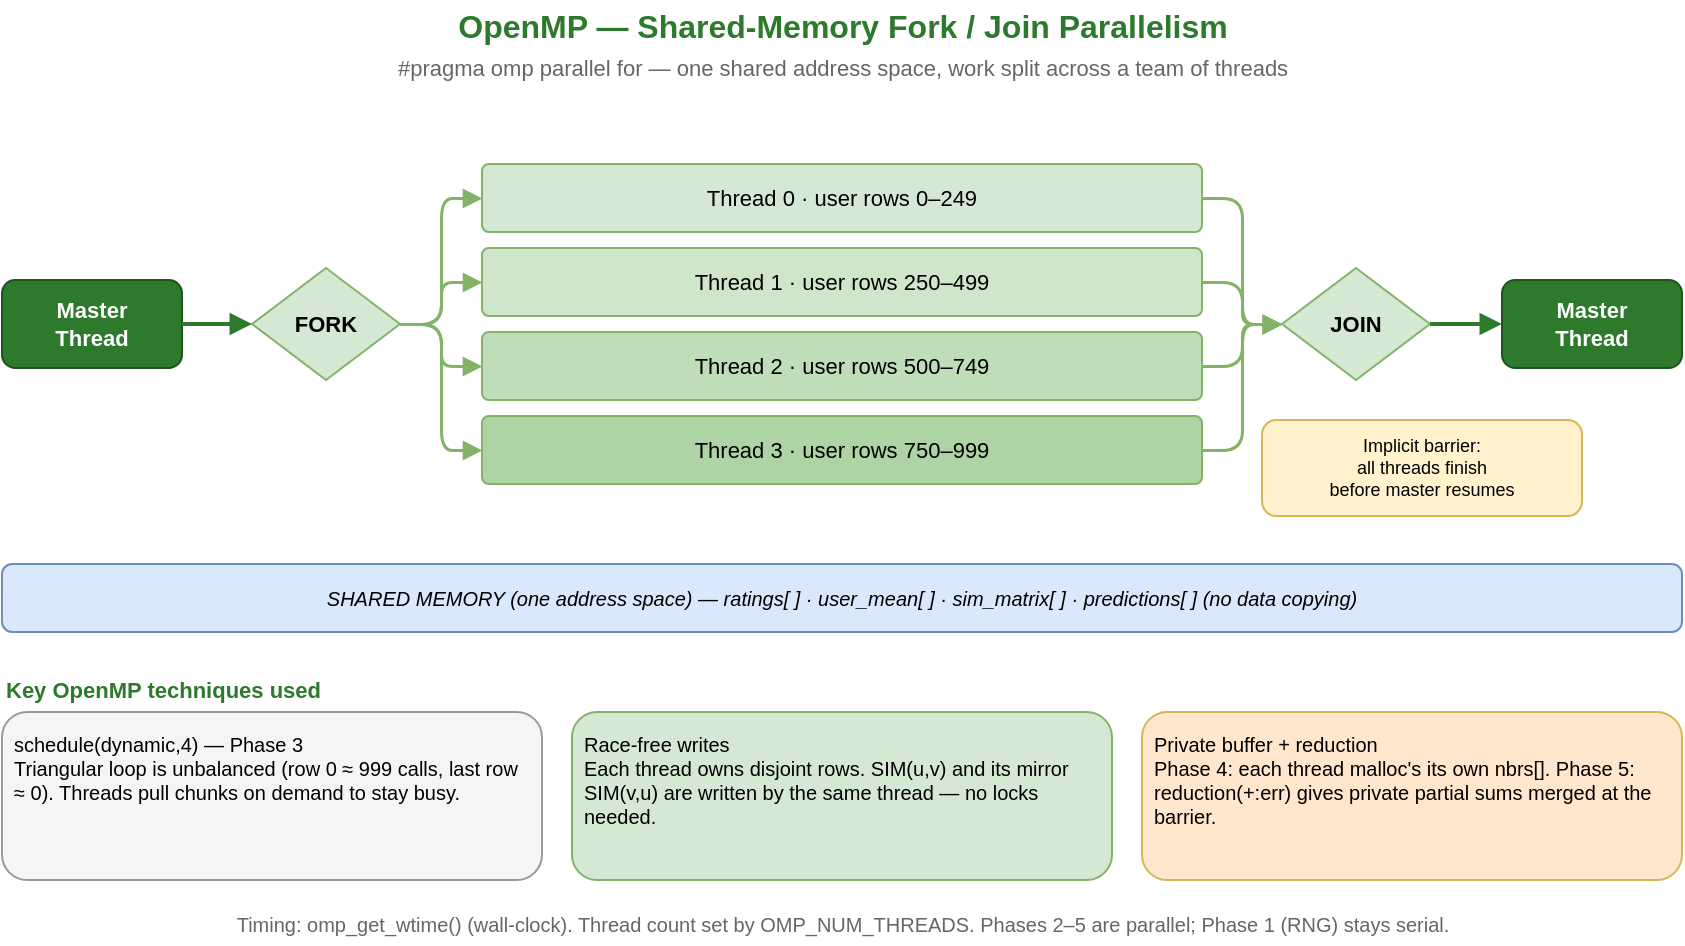
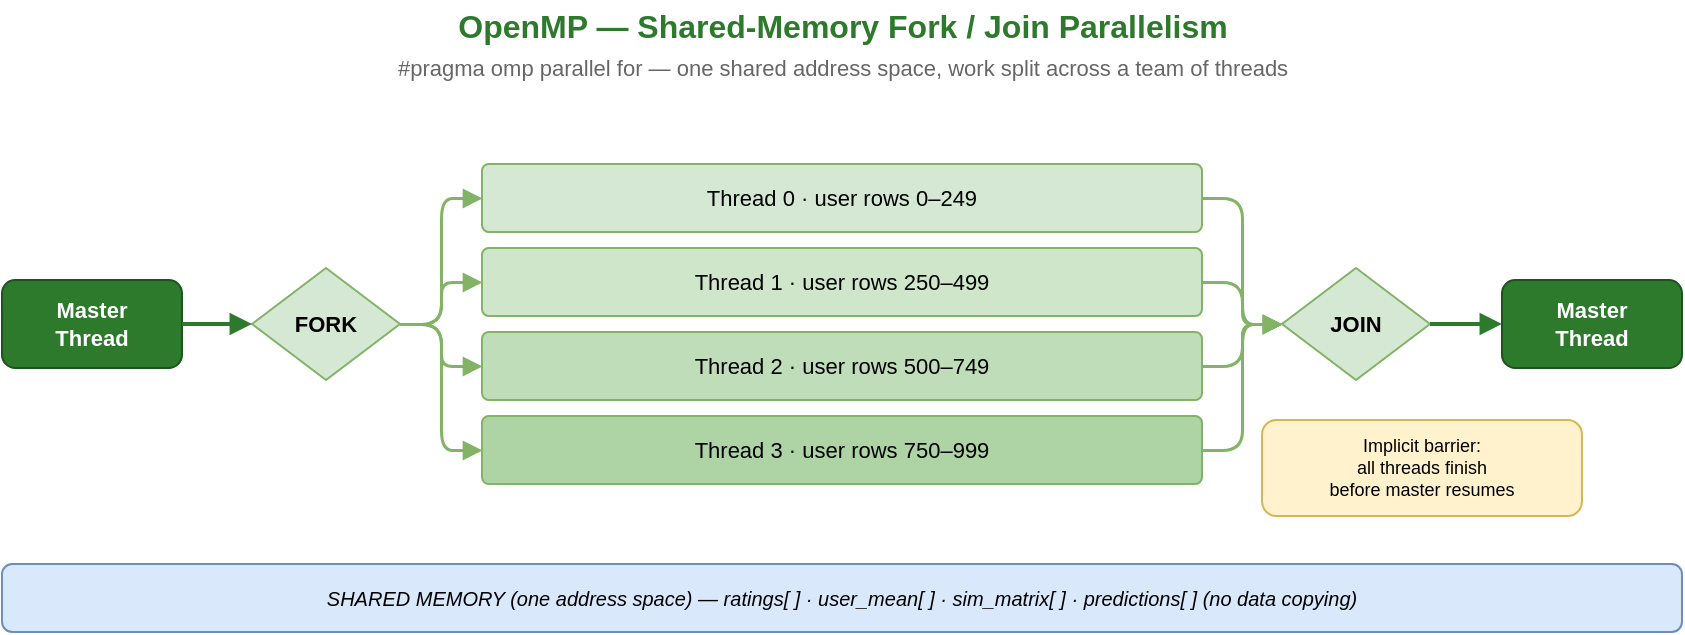
- <mxfile host="app.diagrams.net" version="21.1.2">
-   <diagram id="page2" name="2. OpenMP">
-     <mxGraphModel dx="1000" dy="640" grid="1" gridSize="10" guides="1" tooltips="1" connect="1" arrows="1" fold="1" page="1" pageScale="1" pageWidth="900" pageHeight="600" math="0" shadow="0">
-       <root>
-         <mxCell id="0" />
-         <mxCell id="1" parent="0" />
- 
-         <!-- Title -->
-         <mxCell id="ttl" value="OpenMP — Shared-Memory Fork / Join Parallelism" style="text;html=1;align=center;verticalAlign=middle;fontStyle=1;fontSize=16;fontColor=#2d7a2d;" vertex="1" parent="1">
-           <mxGeometry x="150" y="18" width="600" height="26" as="geometry" />
-         </mxCell>
-         <mxCell id="sub" value="#pragma omp parallel for — one shared address space, work split across a team of threads" style="text;html=1;align=center;verticalAlign=middle;fontSize=11;fontColor=#666666;" vertex="1" parent="1">
-           <mxGeometry x="150" y="42" width="600" height="20" as="geometry" />
-         </mxCell>
- 
-         <!-- Master left -->
-         <mxCell id="ml" value="Master&#10;Thread" style="rounded=1;whiteSpace=wrap;html=1;fillColor=#2d7a2d;strokeColor=#1e5320;fontColor=#ffffff;fontSize=11;fontStyle=1;verticalAlign=middle;" vertex="1" parent="1">
-           <mxGeometry x="30" y="158" width="90" height="44" as="geometry" />
-         </mxCell>
-         <!-- FORK -->
-         <mxCell id="fk" value="FORK" style="rhombus;whiteSpace=wrap;html=1;fillColor=#d5e8d4;strokeColor=#82b366;fontSize=11;fontStyle=1;verticalAlign=middle;" vertex="1" parent="1">
-           <mxGeometry x="155" y="152" width="74" height="56" as="geometry" />
-         </mxCell>
- 
-         <!-- Thread bars -->
-         <mxCell id="t0" value="Thread 0  ·  user rows 0–249" style="rounded=1;whiteSpace=wrap;html=1;fillColor=#d5e8d4;strokeColor=#82b366;fontSize=11;arcSize=10;verticalAlign=middle;" vertex="1" parent="1">
-           <mxGeometry x="270" y="100" width="360" height="34" as="geometry" />
-         </mxCell>
-         <mxCell id="t1" value="Thread 1  ·  user rows 250–499" style="rounded=1;whiteSpace=wrap;html=1;fillColor=#cfe6cb;strokeColor=#82b366;fontSize=11;arcSize=10;verticalAlign=middle;" vertex="1" parent="1">
-           <mxGeometry x="270" y="142" width="360" height="34" as="geometry" />
-         </mxCell>
-         <mxCell id="t2" value="Thread 2  ·  user rows 500–749" style="rounded=1;whiteSpace=wrap;html=1;fillColor=#bfddb9;strokeColor=#82b366;fontSize=11;arcSize=10;verticalAlign=middle;" vertex="1" parent="1">
-           <mxGeometry x="270" y="184" width="360" height="34" as="geometry" />
-         </mxCell>
-         <mxCell id="t3" value="Thread 3  ·  user rows 750–999" style="rounded=1;whiteSpace=wrap;html=1;fillColor=#aed4a6;strokeColor=#82b366;fontSize=11;arcSize=10;verticalAlign=middle;" vertex="1" parent="1">
-           <mxGeometry x="270" y="226" width="360" height="34" as="geometry" />
-         </mxCell>
- 
-         <!-- JOIN -->
-         <mxCell id="jn" value="JOIN" style="rhombus;whiteSpace=wrap;html=1;fillColor=#d5e8d4;strokeColor=#82b366;fontSize=11;fontStyle=1;verticalAlign=middle;" vertex="1" parent="1">
-           <mxGeometry x="670" y="152" width="74" height="56" as="geometry" />
-         </mxCell>
-         <!-- Master right -->
-         <mxCell id="mr" value="Master&#10;Thread" style="rounded=1;whiteSpace=wrap;html=1;fillColor=#2d7a2d;strokeColor=#1e5320;fontColor=#ffffff;fontSize=11;fontStyle=1;verticalAlign=middle;" vertex="1" parent="1">
-           <mxGeometry x="780" y="158" width="90" height="44" as="geometry" />
-         </mxCell>
- 
-         <!-- Fork/Join arrows -->
-         <mxCell id="a_ml_fk" style="edgeStyle=orthogonalEdgeStyle;rounded=0;html=1;endArrow=block;endFill=1;strokeWidth=2;strokeColor=#2d7a2d;" edge="1" source="ml" target="fk" parent="1"><mxGeometry relative="1" as="geometry" /></mxCell>
-         <mxCell id="a_fk_t0" style="edgeStyle=orthogonalEdgeStyle;rounded=1;html=1;endArrow=block;endFill=1;strokeWidth=1.5;strokeColor=#82b366;exitX=1;exitY=0.5;entryX=0;entryY=0.5;" edge="1" source="fk" target="t0" parent="1"><mxGeometry relative="1" as="geometry" /></mxCell>
-         <mxCell id="a_fk_t1" style="edgeStyle=orthogonalEdgeStyle;rounded=1;html=1;endArrow=block;endFill=1;strokeWidth=1.5;strokeColor=#82b366;exitX=1;exitY=0.5;entryX=0;entryY=0.5;" edge="1" source="fk" target="t1" parent="1"><mxGeometry relative="1" as="geometry" /></mxCell>
-         <mxCell id="a_fk_t2" style="edgeStyle=orthogonalEdgeStyle;rounded=1;html=1;endArrow=block;endFill=1;strokeWidth=1.5;strokeColor=#82b366;exitX=1;exitY=0.5;entryX=0;entryY=0.5;" edge="1" source="fk" target="t2" parent="1"><mxGeometry relative="1" as="geometry" /></mxCell>
-         <mxCell id="a_fk_t3" style="edgeStyle=orthogonalEdgeStyle;rounded=1;html=1;endArrow=block;endFill=1;strokeWidth=1.5;strokeColor=#82b366;exitX=1;exitY=0.5;entryX=0;entryY=0.5;" edge="1" source="fk" target="t3" parent="1"><mxGeometry relative="1" as="geometry" /></mxCell>
-         <mxCell id="a_t0_jn" style="edgeStyle=orthogonalEdgeStyle;rounded=1;html=1;endArrow=block;endFill=1;strokeWidth=1.5;strokeColor=#82b366;exitX=1;exitY=0.5;entryX=0;entryY=0.5;" edge="1" source="t0" target="jn" parent="1"><mxGeometry relative="1" as="geometry" /></mxCell>
-         <mxCell id="a_t1_jn" style="edgeStyle=orthogonalEdgeStyle;rounded=1;html=1;endArrow=block;endFill=1;strokeWidth=1.5;strokeColor=#82b366;exitX=1;exitY=0.5;entryX=0;entryY=0.5;" edge="1" source="t1" target="jn" parent="1"><mxGeometry relative="1" as="geometry" /></mxCell>
-         <mxCell id="a_t2_jn" style="edgeStyle=orthogonalEdgeStyle;rounded=1;html=1;endArrow=block;endFill=1;strokeWidth=1.5;strokeColor=#82b366;exitX=1;exitY=0.5;entryX=0;entryY=0.5;" edge="1" source="t2" target="jn" parent="1"><mxGeometry relative="1" as="geometry" /></mxCell>
-         <mxCell id="a_t3_jn" style="edgeStyle=orthogonalEdgeStyle;rounded=1;html=1;endArrow=block;endFill=1;strokeWidth=1.5;strokeColor=#82b366;exitX=1;exitY=0.5;entryX=0;entryY=0.5;" edge="1" source="t3" target="jn" parent="1"><mxGeometry relative="1" as="geometry" /></mxCell>
-         <mxCell id="a_jn_mr" style="edgeStyle=orthogonalEdgeStyle;rounded=0;html=1;endArrow=block;endFill=1;strokeWidth=2;strokeColor=#2d7a2d;" edge="1" source="jn" target="mr" parent="1"><mxGeometry relative="1" as="geometry" /></mxCell>
- 
-         <!-- Barrier note under join -->
-         <mxCell id="bar" value="Implicit barrier:&#10;all threads finish&#10;before master resumes" style="rounded=1;whiteSpace=wrap;html=1;fillColor=#fff2cc;strokeColor=#d6b656;fontSize=9;verticalAlign=middle;" vertex="1" parent="1">
-           <mxGeometry x="660" y="228" width="160" height="48" as="geometry" />
-         </mxCell>
- 
-         <!-- Shared memory band -->
-         <mxCell id="sm" value="SHARED MEMORY (one address space)   —   ratings[ ]   ·   user_mean[ ]   ·   sim_matrix[ ]   ·   predictions[ ]   (no data copying)" style="rounded=1;whiteSpace=wrap;html=1;fillColor=#dae8fc;strokeColor=#6c8ebf;fontSize=10;fontStyle=2;verticalAlign=middle;" vertex="1" parent="1">
-           <mxGeometry x="30" y="300" width="840" height="34" as="geometry" />
-         </mxCell>
- 
-         <!-- Concept boxes -->
-         <mxCell id="ch" value="Key OpenMP techniques used" style="text;html=1;align=left;fontStyle=1;fontSize=11;fontColor=#2d7a2d;" vertex="1" parent="1">
-           <mxGeometry x="30" y="350" width="300" height="20" as="geometry" />
-         </mxCell>
-         <mxCell id="c1" value="schedule(dynamic,4) — Phase 3&#10;Triangular loop is unbalanced (row 0 ≈ 999 calls, last row ≈ 0). Threads pull chunks on demand to stay busy." style="rounded=1;whiteSpace=wrap;html=1;fillColor=#f5f5f5;strokeColor=#999999;fontSize=10;verticalAlign=top;align=left;spacing=6;" vertex="1" parent="1">
-           <mxGeometry x="30" y="374" width="270" height="84" as="geometry" />
-         </mxCell>
-         <mxCell id="c2" value="Race-free writes&#10;Each thread owns disjoint rows. SIM(u,v) and its mirror SIM(v,u) are written by the same thread — no locks needed." style="rounded=1;whiteSpace=wrap;html=1;fillColor=#d5e8d4;strokeColor=#82b366;fontSize=10;verticalAlign=top;align=left;spacing=6;" vertex="1" parent="1">
-           <mxGeometry x="315" y="374" width="270" height="84" as="geometry" />
-         </mxCell>
-         <mxCell id="c3" value="Private buffer + reduction&#10;Phase 4: each thread malloc's its own nbrs[]. Phase 5: reduction(+:err) gives private partial sums merged at the barrier." style="rounded=1;whiteSpace=wrap;html=1;fillColor=#ffe6cc;strokeColor=#d6b656;fontSize=10;verticalAlign=top;align=left;spacing=6;" vertex="1" parent="1">
-           <mxGeometry x="600" y="374" width="270" height="84" as="geometry" />
-         </mxCell>
- 
-         <!-- Footer note -->
-         <mxCell id="ft" value="Timing: omp_get_wtime() (wall-clock).   Thread count set by OMP_NUM_THREADS.   Phases 2–5 are parallel; Phase 1 (RNG) stays serial." style="text;html=1;align=center;verticalAlign=middle;fontSize=10;fontColor=#666666;" vertex="1" parent="1">
-           <mxGeometry x="30" y="470" width="840" height="20" as="geometry" />
-         </mxCell>
-       </root>
-     </mxGraphModel>
-   </diagram>
- </mxfile>
+ <mxfile host="65bd71144e">
+     <diagram id="page2" name="2. OpenMP">
+         <mxGraphModel dx="624" dy="291" grid="1" gridSize="10" guides="1" tooltips="1" connect="1" arrows="1" fold="1" page="1" pageScale="1" pageWidth="900" pageHeight="600" math="0" shadow="0">
+             <root>
+                 <mxCell id="0"/>
+                 <mxCell id="1" parent="0"/>
+                 <mxCell id="ttl" value="OpenMP — Shared-Memory Fork / Join Parallelism" style="text;html=1;align=center;verticalAlign=middle;fontStyle=1;fontSize=16;fontColor=#2d7a2d;" parent="1" vertex="1">
+                     <mxGeometry x="150" y="18" width="600" height="26" as="geometry"/>
+                 </mxCell>
+                 <mxCell id="sub" value="#pragma omp parallel for — one shared address space, work split across a team of threads" style="text;html=1;align=center;verticalAlign=middle;fontSize=11;fontColor=#666666;" parent="1" vertex="1">
+                     <mxGeometry x="150" y="42" width="600" height="20" as="geometry"/>
+                 </mxCell>
+                 <mxCell id="ml" value="Master&#xa;Thread" style="rounded=1;whiteSpace=wrap;html=1;fillColor=#2d7a2d;strokeColor=#1e5320;fontColor=#ffffff;fontSize=11;fontStyle=1;verticalAlign=middle;" parent="1" vertex="1">
+                     <mxGeometry x="30" y="158" width="90" height="44" as="geometry"/>
+                 </mxCell>
+                 <mxCell id="fk" value="FORK" style="rhombus;whiteSpace=wrap;html=1;fillColor=#d5e8d4;strokeColor=#82b366;fontSize=11;fontStyle=1;verticalAlign=middle;" parent="1" vertex="1">
+                     <mxGeometry x="155" y="152" width="74" height="56" as="geometry"/>
+                 </mxCell>
+                 <mxCell id="t0" value="Thread 0  ·  user rows 0–249" style="rounded=1;whiteSpace=wrap;html=1;fillColor=#d5e8d4;strokeColor=#82b366;fontSize=11;arcSize=10;verticalAlign=middle;" parent="1" vertex="1">
+                     <mxGeometry x="270" y="100" width="360" height="34" as="geometry"/>
+                 </mxCell>
+                 <mxCell id="t1" value="Thread 1  ·  user rows 250–499" style="rounded=1;whiteSpace=wrap;html=1;fillColor=#cfe6cb;strokeColor=#82b366;fontSize=11;arcSize=10;verticalAlign=middle;" parent="1" vertex="1">
+                     <mxGeometry x="270" y="142" width="360" height="34" as="geometry"/>
+                 </mxCell>
+                 <mxCell id="t2" value="Thread 2  ·  user rows 500–749" style="rounded=1;whiteSpace=wrap;html=1;fillColor=#bfddb9;strokeColor=#82b366;fontSize=11;arcSize=10;verticalAlign=middle;" parent="1" vertex="1">
+                     <mxGeometry x="270" y="184" width="360" height="34" as="geometry"/>
+                 </mxCell>
+                 <mxCell id="t3" value="Thread 3  ·  user rows 750–999" style="rounded=1;whiteSpace=wrap;html=1;fillColor=#aed4a6;strokeColor=#82b366;fontSize=11;arcSize=10;verticalAlign=middle;" parent="1" vertex="1">
+                     <mxGeometry x="270" y="226" width="360" height="34" as="geometry"/>
+                 </mxCell>
+                 <mxCell id="jn" value="JOIN" style="rhombus;whiteSpace=wrap;html=1;fillColor=#d5e8d4;strokeColor=#82b366;fontSize=11;fontStyle=1;verticalAlign=middle;" parent="1" vertex="1">
+                     <mxGeometry x="670" y="152" width="74" height="56" as="geometry"/>
+                 </mxCell>
+                 <mxCell id="mr" value="Master&#xa;Thread" style="rounded=1;whiteSpace=wrap;html=1;fillColor=#2d7a2d;strokeColor=#1e5320;fontColor=#ffffff;fontSize=11;fontStyle=1;verticalAlign=middle;" parent="1" vertex="1">
+                     <mxGeometry x="780" y="158" width="90" height="44" as="geometry"/>
+                 </mxCell>
+                 <mxCell id="a_ml_fk" style="edgeStyle=orthogonalEdgeStyle;rounded=0;html=1;endArrow=block;endFill=1;strokeWidth=2;strokeColor=#2d7a2d;" parent="1" source="ml" target="fk" edge="1">
+                     <mxGeometry relative="1" as="geometry"/>
+                 </mxCell>
+                 <mxCell id="a_fk_t0" style="edgeStyle=orthogonalEdgeStyle;rounded=1;html=1;endArrow=block;endFill=1;strokeWidth=1.5;strokeColor=#82b366;exitX=1;exitY=0.5;entryX=0;entryY=0.5;" parent="1" source="fk" target="t0" edge="1">
+                     <mxGeometry relative="1" as="geometry"/>
+                 </mxCell>
+                 <mxCell id="a_fk_t1" style="edgeStyle=orthogonalEdgeStyle;rounded=1;html=1;endArrow=block;endFill=1;strokeWidth=1.5;strokeColor=#82b366;exitX=1;exitY=0.5;entryX=0;entryY=0.5;" parent="1" source="fk" target="t1" edge="1">
+                     <mxGeometry relative="1" as="geometry"/>
+                 </mxCell>
+                 <mxCell id="a_fk_t2" style="edgeStyle=orthogonalEdgeStyle;rounded=1;html=1;endArrow=block;endFill=1;strokeWidth=1.5;strokeColor=#82b366;exitX=1;exitY=0.5;entryX=0;entryY=0.5;" parent="1" source="fk" target="t2" edge="1">
+                     <mxGeometry relative="1" as="geometry"/>
+                 </mxCell>
+                 <mxCell id="a_fk_t3" style="edgeStyle=orthogonalEdgeStyle;rounded=1;html=1;endArrow=block;endFill=1;strokeWidth=1.5;strokeColor=#82b366;exitX=1;exitY=0.5;entryX=0;entryY=0.5;" parent="1" source="fk" target="t3" edge="1">
+                     <mxGeometry relative="1" as="geometry"/>
+                 </mxCell>
+                 <mxCell id="a_t0_jn" style="edgeStyle=orthogonalEdgeStyle;rounded=1;html=1;endArrow=block;endFill=1;strokeWidth=1.5;strokeColor=#82b366;exitX=1;exitY=0.5;entryX=0;entryY=0.5;" parent="1" source="t0" target="jn" edge="1">
+                     <mxGeometry relative="1" as="geometry"/>
+                 </mxCell>
+                 <mxCell id="a_t1_jn" style="edgeStyle=orthogonalEdgeStyle;rounded=1;html=1;endArrow=block;endFill=1;strokeWidth=1.5;strokeColor=#82b366;exitX=1;exitY=0.5;entryX=0;entryY=0.5;" parent="1" source="t1" target="jn" edge="1">
+                     <mxGeometry relative="1" as="geometry"/>
+                 </mxCell>
+                 <mxCell id="a_t2_jn" style="edgeStyle=orthogonalEdgeStyle;rounded=1;html=1;endArrow=block;endFill=1;strokeWidth=1.5;strokeColor=#82b366;exitX=1;exitY=0.5;entryX=0;entryY=0.5;" parent="1" source="t2" target="jn" edge="1">
+                     <mxGeometry relative="1" as="geometry"/>
+                 </mxCell>
+                 <mxCell id="a_t3_jn" style="edgeStyle=orthogonalEdgeStyle;rounded=1;html=1;endArrow=block;endFill=1;strokeWidth=1.5;strokeColor=#82b366;exitX=1;exitY=0.5;entryX=0;entryY=0.5;" parent="1" source="t3" target="jn" edge="1">
+                     <mxGeometry relative="1" as="geometry"/>
+                 </mxCell>
+                 <mxCell id="a_jn_mr" style="edgeStyle=orthogonalEdgeStyle;rounded=0;html=1;endArrow=block;endFill=1;strokeWidth=2;strokeColor=#2d7a2d;" parent="1" source="jn" target="mr" edge="1">
+                     <mxGeometry relative="1" as="geometry"/>
+                 </mxCell>
+                 <mxCell id="bar" value="Implicit barrier:&#xa;all threads finish&#xa;before master resumes" style="rounded=1;whiteSpace=wrap;html=1;fillColor=#fff2cc;strokeColor=#d6b656;fontSize=9;verticalAlign=middle;" parent="1" vertex="1">
+                     <mxGeometry x="660" y="228" width="160" height="48" as="geometry"/>
+                 </mxCell>
+                 <mxCell id="sm" value="SHARED MEMORY (one address space)   —   ratings[ ]   ·   user_mean[ ]   ·   sim_matrix[ ]   ·   predictions[ ]   (no data copying)" style="rounded=1;whiteSpace=wrap;html=1;fillColor=#dae8fc;strokeColor=#6c8ebf;fontSize=10;fontStyle=2;verticalAlign=middle;" parent="1" vertex="1">
+                     <mxGeometry x="30" y="300" width="840" height="34" as="geometry"/>
+                 </mxCell>
+             </root>
+         </mxGraphModel>
+     </diagram>
+ </mxfile>